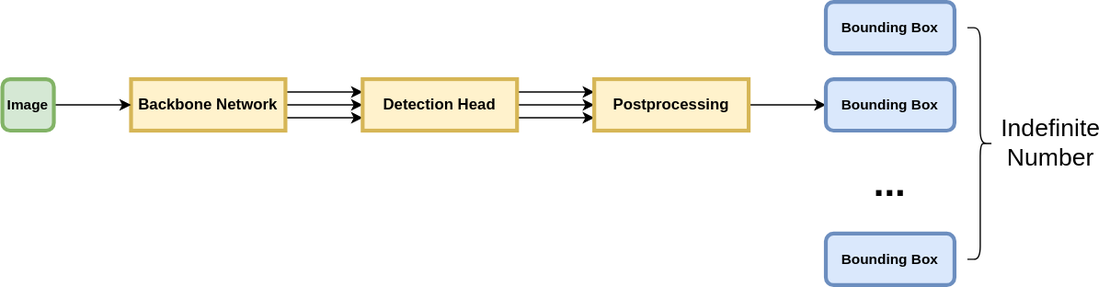
Before: YOLO Architecture.svg, a diagram exported from draw.io (yyhtbs-yye/course_images). Source tidied: cells renumbered, new cells last; positions are measured from the earlier drawing's top-left corner, leaving out a move shared by most shapes.
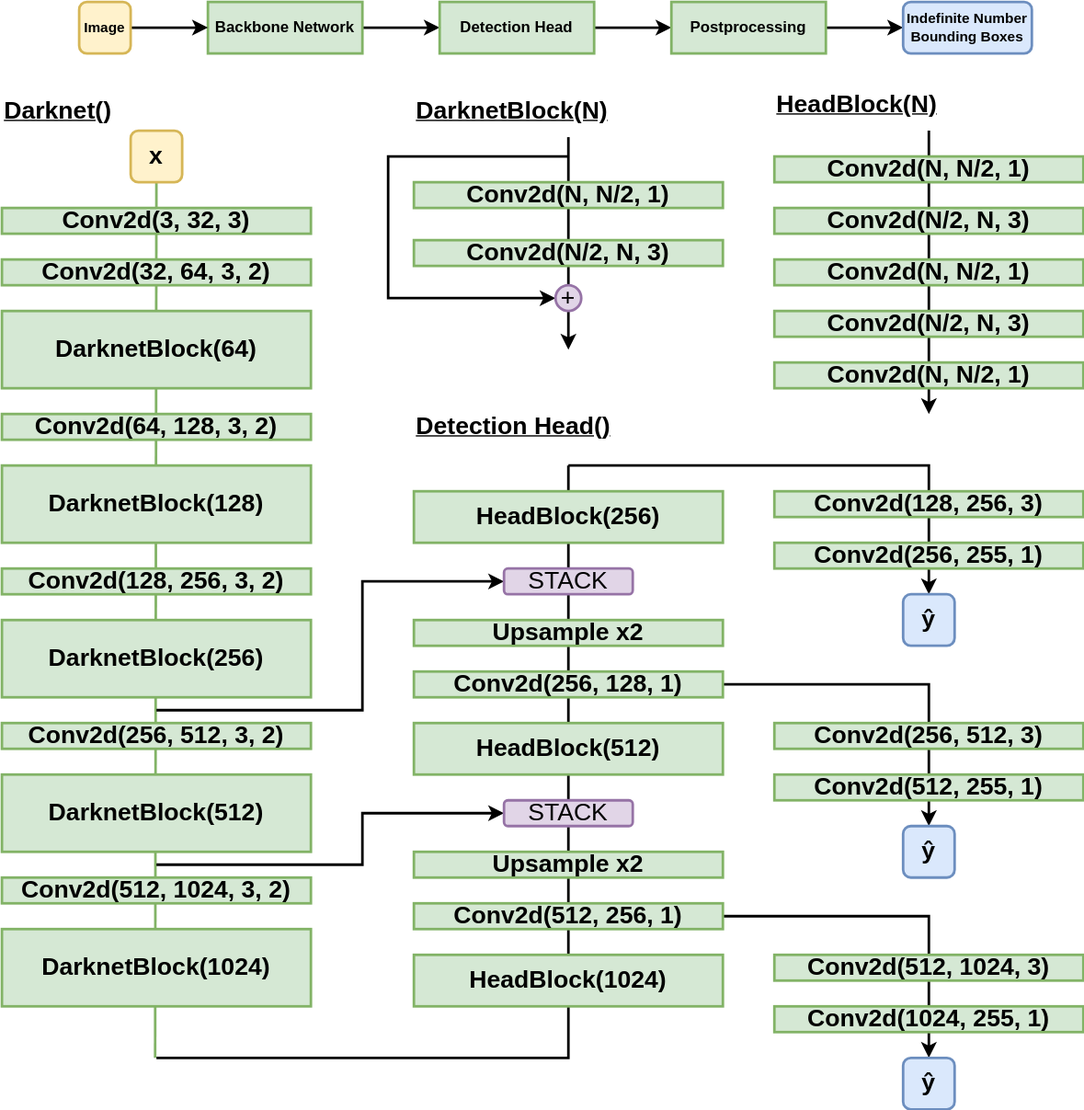
After the commit.

Change to the diagram source:
```diff
@@ -2,59 +2,238 @@
   <root>
     <mxCell id="0" />
     <mxCell id="1" parent="0" />
+    <mxCell id="20" style="endArrow=classic;html=1;rounded=0;strokeWidth=2;fontSize=19;fillColor=#d5e8d4;strokeColor=default;" parent="1" edge="1">
+      <mxGeometry relative="1" as="geometry">
+        <mxPoint x="380" y="420" as="sourcePoint" />
+        <mxPoint x="660" y="520" as="targetPoint" />
+        <Array as="points">
+          <mxPoint x="660" y="420" />
+        </Array>
+      </mxGeometry>
+    </mxCell>
+    <mxCell id="21" style="endArrow=classic;html=1;rounded=0;strokeWidth=2;fontSize=19;fillColor=#d5e8d4;strokeColor=default;exitX=1;exitY=0.5;exitDx=0;exitDy=0;" parent="1" edge="1" source="55">
+      <mxGeometry relative="1" as="geometry">
+        <mxPoint x="660" y="700" as="targetPoint" />
+        <Array as="points">
+          <mxPoint x="660" y="590" />
+        </Array>
+      </mxGeometry>
+    </mxCell>
+    <mxCell id="22" style="endArrow=classic;html=1;rounded=0;strokeWidth=2;fontSize=19;fillColor=#d5e8d4;strokeColor=default;" parent="1" edge="1">
+      <mxGeometry relative="1" as="geometry">
+        <mxPoint x="380" y="770" as="sourcePoint" />
+        <mxPoint x="660" y="880" as="targetPoint" />
+        <Array as="points">
+          <mxPoint x="660" y="770" />
+        </Array>
+      </mxGeometry>
+    </mxCell>
+    <mxCell id="23" style="endArrow=none;html=1;rounded=0;strokeWidth=2;fontSize=19;endFill=0;fillColor=#d5e8d4;strokeColor=default;" parent="1" edge="1">
+      <mxGeometry relative="1" as="geometry">
+        <mxPoint x="60" y="880" as="sourcePoint" />
+        <mxPoint x="380" y="420" as="targetPoint" />
+        <Array as="points">
+          <mxPoint x="380" y="880" />
+        </Array>
+      </mxGeometry>
+    </mxCell>
+    <mxCell id="24" style="endArrow=classic;html=1;rounded=0;strokeWidth=2;fontSize=19;" parent="1" edge="1">
+      <mxGeometry relative="1" as="geometry">
+        <mxPoint x="660" y="160" as="sourcePoint" />
+        <mxPoint x="660" y="380" as="targetPoint" />
+      </mxGeometry>
+    </mxCell>
+    <mxCell id="25" style="endArrow=none;html=1;rounded=0;strokeWidth=2;fontSize=19;endFill=0;fillColor=#d5e8d4;strokeColor=#82b366;" parent="1" edge="1">
+      <mxGeometry relative="1" as="geometry">
+        <mxPoint x="60" y="195" as="sourcePoint" />
+        <mxPoint x="59" y="880" as="targetPoint" />
+      </mxGeometry>
+    </mxCell>
+    <mxCell id="26" style="endArrow=classic;html=1;rounded=0;strokeWidth=2;fontSize=19;fillColor=#fff2cc;strokeColor=default;" parent="1" edge="1">
+      <mxGeometry relative="1" as="geometry">
+        <mxPoint x="380" y="165" as="sourcePoint" />
+        <mxPoint x="380" y="330" as="targetPoint" />
+      </mxGeometry>
+    </mxCell>
-    <mxCell id="2" style="edgeStyle=orthogonalEdgeStyle;rounded=0;jettySize=auto;html=1;fontSize=11;" parent="1" edge="1" source="5" target="9">
+    <mxCell id="2" style="edgeStyle=orthogonalEdgeStyle;rounded=0;jettySize=auto;html=1;fontSize=11;strokeWidth=2;" parent="1" edge="1" source="5" target="9">
       <mxGeometry relative="1" as="geometry" />
     </mxCell>
-    <mxCell id="3" style="edgeStyle=orthogonalEdgeStyle;rounded=0;jettySize=auto;html=1;exitX=1;exitY=0.25;exitDx=0;exitDy=0;entryX=0;entryY=0.25;entryDx=0;entryDy=0;fontSize=19;" parent="1" edge="1" source="5" target="9">
-      <mxGeometry relative="1" as="geometry" />
-    </mxCell>
-    <mxCell id="4" style="edgeStyle=orthogonalEdgeStyle;rounded=0;jettySize=auto;html=1;exitX=1;exitY=0.75;exitDx=0;exitDy=0;entryX=0;entryY=0.75;entryDx=0;entryDy=0;fontSize=19;" parent="1" edge="1" source="5" target="9">
-      <mxGeometry relative="1" as="geometry" />
-    </mxCell>
-    <mxCell id="5" value="Backbone Network" style="rounded=0;whiteSpace=wrap;html=1;fillColor=#fff2cc;strokeColor=#d6b656;strokeWidth=3;fontStyle=1;" parent="1" vertex="1">
+    <mxCell id="5" value="Backbone Network" style="rounded=0;whiteSpace=wrap;html=1;fillColor=#d5e8d4;strokeColor=#82b366;strokeWidth=2;fontStyle=1;" parent="1" vertex="1">
       <mxGeometry x="100" y="60" width="120" height="40" as="geometry" />
     </mxCell>
-    <mxCell id="6" style="edgeStyle=orthogonalEdgeStyle;rounded=0;jettySize=auto;html=1;fontSize=11;" parent="1" edge="1" source="9" target="11">
+    <mxCell id="6" style="edgeStyle=orthogonalEdgeStyle;rounded=0;jettySize=auto;html=1;fontSize=11;strokeWidth=2;" parent="1" edge="1" source="9" target="11">
       <mxGeometry relative="1" as="geometry" />
     </mxCell>
-    <mxCell id="7" style="edgeStyle=orthogonalEdgeStyle;rounded=0;jettySize=auto;html=1;exitX=1;exitY=0.25;exitDx=0;exitDy=0;entryX=0;entryY=0.25;entryDx=0;entryDy=0;fontSize=19;" parent="1" edge="1" source="9" target="11">
-      <mxGeometry relative="1" as="geometry" />
-    </mxCell>
-    <mxCell id="8" style="edgeStyle=orthogonalEdgeStyle;rounded=0;jettySize=auto;html=1;exitX=1;exitY=0.75;exitDx=0;exitDy=0;entryX=0;entryY=0.75;entryDx=0;entryDy=0;fontSize=19;" parent="1" edge="1" source="9" target="11">
-      <mxGeometry relative="1" as="geometry" />
-    </mxCell>
-    <mxCell id="9" value="Detection Head" style="rounded=0;whiteSpace=wrap;html=1;fillColor=#fff2cc;strokeColor=#d6b656;strokeWidth=3;fontStyle=1;" parent="1" vertex="1">
+    <mxCell id="9" value="Detection Head" style="rounded=0;whiteSpace=wrap;html=1;fillColor=#d5e8d4;strokeColor=#82b366;strokeWidth=2;fontStyle=1;" parent="1" vertex="1">
       <mxGeometry x="280" y="60" width="120" height="40" as="geometry" />
     </mxCell>
-    <mxCell id="10" style="edgeStyle=orthogonalEdgeStyle;rounded=0;jettySize=auto;html=1;fontSize=11;" parent="1" edge="1" source="11" target="14">
+    <mxCell id="10" style="edgeStyle=orthogonalEdgeStyle;rounded=0;jettySize=auto;html=1;fontSize=11;strokeWidth=2;" parent="1" edge="1" source="11" target="14">
       <mxGeometry relative="1" as="geometry" />
     </mxCell>
-    <mxCell id="11" value="Postprocessing" style="rounded=0;whiteSpace=wrap;html=1;fillColor=#fff2cc;strokeColor=#d6b656;strokeWidth=3;fontStyle=1;" parent="1" vertex="1">
+    <mxCell id="11" value="Postprocessing" style="rounded=0;whiteSpace=wrap;html=1;fillColor=#d5e8d4;strokeColor=#82b366;strokeWidth=2;fontStyle=1;" parent="1" vertex="1">
       <mxGeometry x="460" y="60" width="120" height="40" as="geometry" />
     </mxCell>
-    <mxCell id="12" style="edgeStyle=orthogonalEdgeStyle;rounded=0;jettySize=auto;html=1;fontSize=11;" parent="1" edge="1" source="13" target="5">
+    <mxCell id="12" style="edgeStyle=orthogonalEdgeStyle;rounded=0;jettySize=auto;html=1;fontSize=11;strokeWidth=2;" parent="1" edge="1" source="13" target="5">
       <mxGeometry relative="1" as="geometry" />
     </mxCell>
-    <mxCell id="13" value="Image" style="rounded=1;whiteSpace=wrap;html=1;strokeWidth=3;fillColor=#d5e8d4;strokeColor=#82b366;fontStyle=1;fontSize=11;" parent="1" vertex="1">
+    <mxCell id="13" value="Image" style="rounded=1;whiteSpace=wrap;html=1;strokeWidth=2;fillColor=#fff2cc;strokeColor=#d6b656;fontStyle=1;fontSize=11;" parent="1" vertex="1">
       <mxGeometry y="60" width="40" height="40" as="geometry" />
     </mxCell>
-    <mxCell id="14" value="Bounding Box" style="rounded=1;whiteSpace=wrap;html=1;strokeWidth=3;fillColor=#dae8fc;strokeColor=#6c8ebf;fontStyle=1;fontSize=11;" parent="1" vertex="1">
+    <mxCell id="14" value="Indefinite Number Bounding Boxes" style="rounded=1;whiteSpace=wrap;html=1;strokeWidth=2;fillColor=#dae8fc;strokeColor=#6c8ebf;fontStyle=1;fontSize=11;" parent="1" vertex="1">
       <mxGeometry x="640" y="60" width="100" height="40" as="geometry" />
     </mxCell>
-    <mxCell id="15" value="Bounding Box" style="rounded=1;whiteSpace=wrap;html=1;strokeWidth=3;fillColor=#dae8fc;strokeColor=#6c8ebf;fontStyle=1;fontSize=11;" parent="1" vertex="1">
-      <mxGeometry x="640" width="100" height="40" as="geometry" />
-    </mxCell>
-    <mxCell id="16" value="Bounding Box" style="rounded=1;whiteSpace=wrap;html=1;strokeWidth=3;fillColor=#dae8fc;strokeColor=#6c8ebf;fontStyle=1;fontSize=11;" parent="1" vertex="1">
-      <mxGeometry x="640" y="180" width="100" height="40" as="geometry" />
-    </mxCell>
-    <mxCell id="17" value="..." style="text;html=1;strokeColor=none;fillColor=none;align=center;verticalAlign=middle;whiteSpace=wrap;rounded=0;fontSize=30;fontStyle=1;" parent="1" vertex="1">
-      <mxGeometry x="640" y="120" width="100" height="40" as="geometry" />
-    </mxCell>
-    <mxCell id="18" style="shape=curlyBracket;whiteSpace=wrap;html=1;rounded=1;flipH=1;labelPosition=right;verticalLabelPosition=middle;align=left;verticalAlign=middle;strokeWidth=1;fontSize=30;" parent="1" vertex="1">
-      <mxGeometry x="750" y="20" width="20" height="180" as="geometry" />
-    </mxCell>
-    <mxCell id="19" value="Indefinite Number" style="text;html=1;strokeColor=none;fillColor=none;align=center;verticalAlign=middle;whiteSpace=wrap;rounded=0;fontSize=19;" parent="1" vertex="1">
-      <mxGeometry x="770" y="80" width="90" height="60" as="geometry" />
-    </mxCell>
+    <mxCell id="27" value="Darknet()" style="text;html=1;strokeColor=none;fillColor=none;align=left;verticalAlign=middle;whiteSpace=wrap;rounded=0;fontSize=19;fontStyle=5;" parent="1" vertex="1">
+      <mxGeometry x="-60" y="130" width="240" height="30" as="geometry" />
+    </mxCell>
+    <mxCell id="28" value="Conv2d(3, 32, 3)" style="rounded=0;whiteSpace=wrap;html=1;strokeWidth=2;fontSize=19;fillColor=#d5e8d4;strokeColor=#82b366;rotation=0;fontStyle=1;" parent="1" vertex="1">
+      <mxGeometry x="-60" y="220" width="240" height="20" as="geometry" />
+    </mxCell>
+    <mxCell id="29" value="Conv2d(32, 64, 3, 2)" style="rounded=0;whiteSpace=wrap;html=1;strokeWidth=2;fontSize=19;fillColor=#d5e8d4;strokeColor=#82b366;rotation=0;fontStyle=1;" parent="1" vertex="1">
+      <mxGeometry x="-60" y="260" width="240" height="20" as="geometry" />
+    </mxCell>
+    <mxCell id="30" value="DarknetBlock(64)" style="rounded=0;whiteSpace=wrap;html=1;strokeWidth=2;fontSize=19;fillColor=#d5e8d4;strokeColor=#82b366;rotation=0;fontStyle=1;" parent="1" vertex="1">
+      <mxGeometry x="-60" y="300" width="240" height="60" as="geometry" />
+    </mxCell>
+    <mxCell id="31" value="Conv2d(64, 128, 3, 2)" style="rounded=0;whiteSpace=wrap;html=1;strokeWidth=2;fontSize=19;fillColor=#d5e8d4;strokeColor=#82b366;rotation=0;fontStyle=1;" parent="1" vertex="1">
+      <mxGeometry x="-60" y="380" width="240" height="20" as="geometry" />
+    </mxCell>
+    <mxCell id="32" value="DarknetBlock(128)" style="rounded=0;whiteSpace=wrap;html=1;strokeWidth=2;fontSize=19;fillColor=#d5e8d4;strokeColor=#82b366;rotation=0;fontStyle=1;" parent="1" vertex="1">
+      <mxGeometry x="-60" y="420" width="240" height="60" as="geometry" />
+    </mxCell>
+    <mxCell id="33" value="Conv2d(128, 256, 3, 2)" style="rounded=0;whiteSpace=wrap;html=1;strokeWidth=2;fontSize=19;fillColor=#d5e8d4;strokeColor=#82b366;rotation=0;fontStyle=1;" parent="1" vertex="1">
+      <mxGeometry x="-60" y="500" width="240" height="20" as="geometry" />
+    </mxCell>
+    <mxCell id="34" value="DarknetBlock(256)" style="rounded=0;whiteSpace=wrap;html=1;strokeWidth=2;fontSize=19;fillColor=#d5e8d4;strokeColor=#82b366;rotation=0;fontStyle=1;" parent="1" vertex="1">
+      <mxGeometry x="-60" y="540" width="240" height="60" as="geometry" />
+    </mxCell>
+    <mxCell id="35" value="Conv2d(256, 512, 3, 2)" style="rounded=0;whiteSpace=wrap;html=1;strokeWidth=2;fontSize=19;fillColor=#d5e8d4;strokeColor=#82b366;rotation=0;fontStyle=1;" parent="1" vertex="1">
+      <mxGeometry x="-60" y="620" width="240" height="20" as="geometry" />
+    </mxCell>
+    <mxCell id="36" value="DarknetBlock(512)" style="rounded=0;whiteSpace=wrap;html=1;strokeWidth=2;fontSize=19;fillColor=#d5e8d4;strokeColor=#82b366;rotation=0;fontStyle=1;" parent="1" vertex="1">
+      <mxGeometry x="-60" y="660" width="240" height="60" as="geometry" />
+    </mxCell>
+    <mxCell id="37" value="Conv2d(512, 1024, 3, 2)" style="rounded=0;whiteSpace=wrap;html=1;strokeWidth=2;fontSize=19;fillColor=#d5e8d4;strokeColor=#82b366;rotation=0;fontStyle=1;" parent="1" vertex="1">
+      <mxGeometry x="-60" y="740" width="240" height="20" as="geometry" />
+    </mxCell>
+    <mxCell id="38" value="DarknetBlock(1024)" style="rounded=0;whiteSpace=wrap;html=1;strokeWidth=2;fontSize=19;fillColor=#d5e8d4;strokeColor=#82b366;rotation=0;fontStyle=1;" parent="1" vertex="1">
+      <mxGeometry x="-60" y="780" width="240" height="60" as="geometry" />
+    </mxCell>
+    <mxCell id="39" value="DarknetBlock(N)" style="text;html=1;strokeColor=none;fillColor=none;align=left;verticalAlign=middle;whiteSpace=wrap;rounded=0;fontSize=19;fontStyle=5;" parent="1" vertex="1">
+      <mxGeometry x="260" y="130" width="240" height="30" as="geometry" />
+    </mxCell>
+    <mxCell id="40" value="Conv2d(N, N/2, 1)" style="rounded=0;whiteSpace=wrap;html=1;strokeWidth=2;fontSize=19;fillColor=#d5e8d4;strokeColor=#82b366;rotation=0;fontStyle=1;" parent="1" vertex="1">
+      <mxGeometry x="260" y="200" width="240" height="20" as="geometry" />
+    </mxCell>
+    <mxCell id="41" value="Conv2d(N/2, N, 3)" style="rounded=0;whiteSpace=wrap;html=1;strokeWidth=2;fontSize=19;fillColor=#d5e8d4;strokeColor=#82b366;rotation=0;fontStyle=1;" parent="1" vertex="1">
+      <mxGeometry x="260" y="245" width="240" height="20" as="geometry" />
+    </mxCell>
+    <mxCell id="42" value="Detection Head()" style="text;html=1;strokeColor=none;fillColor=none;align=left;verticalAlign=middle;whiteSpace=wrap;rounded=0;fontSize=19;fontStyle=5;" parent="1" vertex="1">
+      <mxGeometry x="260" y="370" width="240" height="40" as="geometry" />
+    </mxCell>
+    <mxCell id="43" style="endArrow=classic;html=1;rounded=0;strokeWidth=2;fontSize=19;fillColor=#d5e8d4;strokeColor=default;" parent="1" edge="1" target="44">
+      <mxGeometry relative="1" as="geometry">
+        <mxPoint x="380" y="180" as="sourcePoint" />
+        <Array as="points">
+          <mxPoint x="240" y="180" />
+          <mxPoint x="240" y="290" />
+        </Array>
+      </mxGeometry>
+    </mxCell>
+    <mxCell id="44" value="+" style="ellipse;whiteSpace=wrap;html=1;strokeWidth=2;fontSize=19;fillColor=#e1d5e7;strokeColor=#9673a6;" parent="1" vertex="1">
+      <mxGeometry x="370" y="280" width="20" height="20" as="geometry" />
+    </mxCell>
+    <mxCell id="45" value="HeadBlock(N)" style="text;html=1;strokeColor=none;fillColor=none;align=left;verticalAlign=middle;whiteSpace=wrap;rounded=0;fontSize=19;fontStyle=5;" parent="1" vertex="1">
+      <mxGeometry x="540" y="125" width="240" height="30" as="geometry" />
+    </mxCell>
+    <mxCell id="46" value="Conv2d(N, N/2, 1)" style="rounded=0;whiteSpace=wrap;html=1;strokeWidth=2;fontSize=19;fillColor=#d5e8d4;strokeColor=#82b366;rotation=0;fontStyle=1;" parent="1" vertex="1">
+      <mxGeometry x="540" y="180" width="240" height="20" as="geometry" />
+    </mxCell>
+    <mxCell id="47" value="Conv2d(N/2, N, 3)" style="rounded=0;whiteSpace=wrap;html=1;strokeWidth=2;fontSize=19;fillColor=#d5e8d4;strokeColor=#82b366;rotation=0;fontStyle=1;" parent="1" vertex="1">
+      <mxGeometry x="540" y="220" width="240" height="20" as="geometry" />
+    </mxCell>
+    <mxCell id="48" value="Conv2d(N/2, N, 3)" style="rounded=0;whiteSpace=wrap;html=1;strokeWidth=2;fontSize=19;fillColor=#d5e8d4;strokeColor=#82b366;rotation=0;fontStyle=1;" parent="1" vertex="1">
+      <mxGeometry x="540" y="300" width="240" height="20" as="geometry" />
+    </mxCell>
+    <mxCell id="49" value="Conv2d(N, N/2, 1)" style="rounded=0;whiteSpace=wrap;html=1;strokeWidth=2;fontSize=19;fillColor=#d5e8d4;strokeColor=#82b366;rotation=0;fontStyle=1;" parent="1" vertex="1">
+      <mxGeometry x="540" y="260" width="240" height="20" as="geometry" />
+    </mxCell>
+    <mxCell id="50" value="Conv2d(N, N/2, 1)" style="rounded=0;whiteSpace=wrap;html=1;strokeWidth=2;fontSize=19;fillColor=#d5e8d4;strokeColor=#82b366;rotation=0;fontStyle=1;" parent="1" vertex="1">
+      <mxGeometry x="540" y="340" width="240" height="20" as="geometry" />
+    </mxCell>
+    <mxCell id="51" value="HeadBlock(1024)" style="rounded=0;whiteSpace=wrap;html=1;strokeWidth=2;fontSize=19;fillColor=#d5e8d4;strokeColor=#82b366;rotation=0;fontStyle=1;" parent="1" vertex="1">
+      <mxGeometry x="260" y="800" width="240" height="40" as="geometry" />
+    </mxCell>
+    <mxCell id="52" value="Conv2d(512, 256, 1)" style="rounded=0;whiteSpace=wrap;html=1;strokeWidth=2;fontSize=19;fillColor=#d5e8d4;strokeColor=#82b366;rotation=0;fontStyle=1;" parent="1" vertex="1">
+      <mxGeometry x="260" y="760" width="240" height="20" as="geometry" />
+    </mxCell>
+    <mxCell id="53" value="Upsample x2" style="rounded=0;whiteSpace=wrap;html=1;strokeWidth=2;fontSize=19;fillColor=#d5e8d4;strokeColor=#82b366;rotation=0;fontStyle=1;" parent="1" vertex="1">
+      <mxGeometry x="260" y="720" width="240" height="20" as="geometry" />
+    </mxCell>
+    <mxCell id="54" value="HeadBlock(512)" style="rounded=0;whiteSpace=wrap;html=1;strokeWidth=2;fontSize=19;fillColor=#d5e8d4;strokeColor=#82b366;rotation=0;fontStyle=1;" parent="1" vertex="1">
+      <mxGeometry x="260" y="620" width="240" height="40" as="geometry" />
+    </mxCell>
+    <mxCell id="55" value="Conv2d(256, 128, 1)" style="rounded=0;whiteSpace=wrap;html=1;strokeWidth=2;fontSize=19;fillColor=#d5e8d4;strokeColor=#82b366;rotation=0;fontStyle=1;" parent="1" vertex="1">
+      <mxGeometry x="260" y="580" width="240" height="20" as="geometry" />
+    </mxCell>
+    <mxCell id="56" value="Upsample x2" style="rounded=0;whiteSpace=wrap;html=1;strokeWidth=2;fontSize=19;fillColor=#d5e8d4;strokeColor=#82b366;rotation=0;fontStyle=1;" parent="1" vertex="1">
+      <mxGeometry x="260" y="540" width="240" height="20" as="geometry" />
+    </mxCell>
+    <mxCell id="57" value="HeadBlock(256)" style="rounded=0;whiteSpace=wrap;html=1;strokeWidth=2;fontSize=19;fillColor=#d5e8d4;strokeColor=#82b366;rotation=0;fontStyle=1;" parent="1" vertex="1">
+      <mxGeometry x="260" y="440" width="240" height="40" as="geometry" />
+    </mxCell>
+    <mxCell id="58" value="Conv2d(128, 256,&amp;nbsp;3)" style="rounded=0;whiteSpace=wrap;html=1;strokeWidth=2;fontSize=19;fillColor=#d5e8d4;strokeColor=#82b366;rotation=0;fontStyle=1;" parent="1" vertex="1">
+      <mxGeometry x="540" y="440" width="240" height="20" as="geometry" />
+    </mxCell>
+    <mxCell id="59" value="Conv2d(256, 255, 1)" style="rounded=0;whiteSpace=wrap;html=1;strokeWidth=2;fontSize=19;fillColor=#d5e8d4;strokeColor=#82b366;rotation=0;fontStyle=1;" parent="1" vertex="1">
+      <mxGeometry x="540" y="480" width="240" height="20" as="geometry" />
+    </mxCell>
+    <mxCell id="60" value="Conv2d(256, 512,&amp;nbsp;3)" style="rounded=0;whiteSpace=wrap;html=1;strokeWidth=2;fontSize=19;fillColor=#d5e8d4;strokeColor=#82b366;rotation=0;fontStyle=1;" parent="1" vertex="1">
+      <mxGeometry x="540" y="620" width="240" height="20" as="geometry" />
+    </mxCell>
+    <mxCell id="61" value="Conv2d(512, 255,&amp;nbsp;1)" style="rounded=0;whiteSpace=wrap;html=1;strokeWidth=2;fontSize=19;fillColor=#d5e8d4;strokeColor=#82b366;rotation=0;fontStyle=1;" parent="1" vertex="1">
+      <mxGeometry x="540" y="660" width="240" height="20" as="geometry" />
+    </mxCell>
+    <mxCell id="62" value="Conv2d(512, 1024,&amp;nbsp;3)" style="rounded=0;whiteSpace=wrap;html=1;strokeWidth=2;fontSize=19;fillColor=#d5e8d4;strokeColor=#82b366;rotation=0;fontStyle=1;" parent="1" vertex="1">
+      <mxGeometry x="540" y="800" width="240" height="20" as="geometry" />
+    </mxCell>
+    <mxCell id="63" value="Conv2d(1024, 255,&amp;nbsp;1)" style="rounded=0;whiteSpace=wrap;html=1;strokeWidth=2;fontSize=19;fillColor=#d5e8d4;strokeColor=#82b366;rotation=0;fontStyle=1;" parent="1" vertex="1">
+      <mxGeometry x="540" y="840" width="240" height="20" as="geometry" />
+    </mxCell>
+    <mxCell id="64" style="endArrow=classic;html=1;rounded=0;strokeWidth=2;fontSize=19;fillColor=#d5e8d4;strokeColor=default;" parent="1" edge="1" target="67">
+      <mxGeometry relative="1" as="geometry">
+        <mxPoint x="60" y="730" as="sourcePoint" />
+        <Array as="points">
+          <mxPoint x="220" y="730" />
+          <mxPoint x="220" y="690" />
+        </Array>
+      </mxGeometry>
+    </mxCell>
+    <mxCell id="65" style="endArrow=classic;html=1;rounded=0;strokeWidth=2;fontSize=19;fillColor=#d5e8d4;strokeColor=default;" parent="1" edge="1" target="66">
+      <mxGeometry relative="1" as="geometry">
+        <mxPoint x="60" y="610" as="sourcePoint" />
+        <Array as="points">
+          <mxPoint x="220" y="610" />
+          <mxPoint x="220" y="510" />
+        </Array>
+      </mxGeometry>
+    </mxCell>
+    <mxCell id="66" value="STACK" style="rounded=1;whiteSpace=wrap;html=1;strokeWidth=2;fontSize=19;fillColor=#e1d5e7;strokeColor=#9673a6;" parent="1" vertex="1">
+      <mxGeometry x="330" y="500" width="100" height="20" as="geometry" />
+    </mxCell>
+    <mxCell id="67" value="STACK" style="rounded=1;whiteSpace=wrap;html=1;strokeWidth=2;fontSize=19;fillColor=#e1d5e7;strokeColor=#9673a6;" parent="1" vertex="1">
+      <mxGeometry x="330" y="680" width="100" height="20" as="geometry" />
+    </mxCell>
+    <mxCell id="68" value="x" style="rounded=1;whiteSpace=wrap;html=1;strokeWidth=2;fontSize=19;fillColor=#fff2cc;strokeColor=#d6b656;fontStyle=1;" parent="1" vertex="1">
+      <mxGeometry x="40" y="160" width="40" height="40" as="geometry" />
+    </mxCell>
+    <mxCell id="69" value="ŷ" style="rounded=1;whiteSpace=wrap;html=1;strokeWidth=2;fontSize=19;fillColor=#dae8fc;strokeColor=#6c8ebf;fontStyle=1;" parent="1" vertex="1">
+      <mxGeometry x="640" y="880" width="40" height="40" as="geometry" />
+    </mxCell>
+    <mxCell id="70" value="ŷ" style="rounded=1;whiteSpace=wrap;html=1;strokeWidth=2;fontSize=19;fillColor=#dae8fc;strokeColor=#6c8ebf;fontStyle=1;" parent="1" vertex="1">
+      <mxGeometry x="640" y="520" width="40" height="40" as="geometry" />
+    </mxCell>
+    <mxCell id="71" value="ŷ" style="rounded=1;whiteSpace=wrap;html=1;strokeWidth=2;fontSize=19;fillColor=#dae8fc;strokeColor=#6c8ebf;fontStyle=1;" parent="1" vertex="1">
+      <mxGeometry x="640" y="700" width="40" height="40" as="geometry" />
+    </mxCell>
   </root>
 </mxGraphModel>
```
